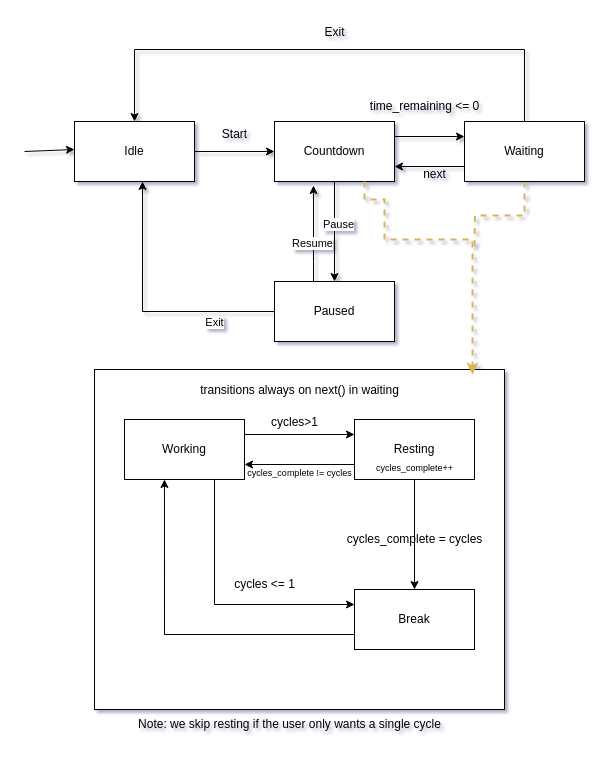
The draw.io diagram docs/statemachine.drawio in aaadam3042/RustyPomodoro, before the edit. Source tidied: cells renumbered, new cells numbered last; positions are measured from the earlier drawing's top-left corner, leaving out a move shared by most shapes. Both pictures are drawn from the tidied source at 100%, with x=0, y=0 at pixel (24, 17).
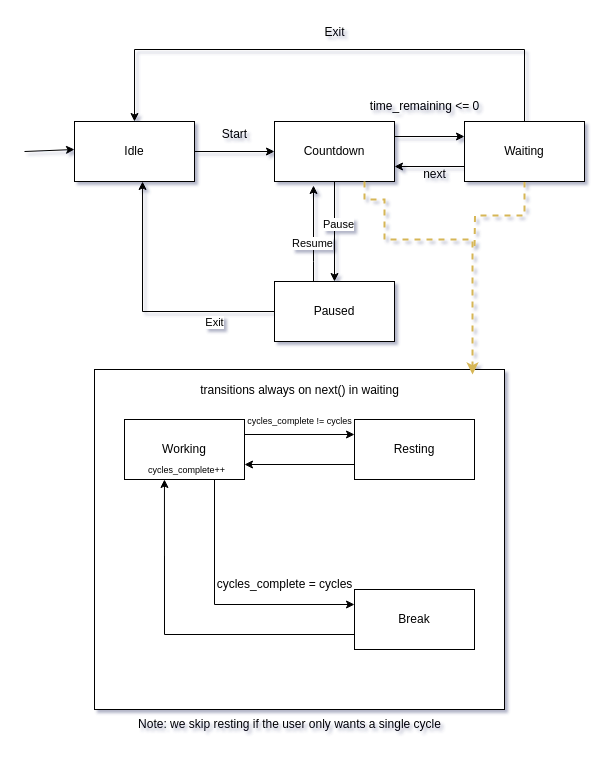
The same page after the edit.

Commit message (it also covers changes not shown here):
Updated Diagram regarding cycles

The change refers to these unchanged cells:
```xml
<mxCell id="28" value="Resting" style="rounded=0;whiteSpace=wrap;html=1;" parent="1" vertex="1">
  <mxGeometry x="330" y="402" width="120" height="60" as="geometry" />
</mxCell>
<mxCell id="29" value="Break" style="rounded=0;whiteSpace=wrap;html=1;" parent="1" vertex="1">
  <mxGeometry x="330" y="572" width="120" height="60" as="geometry" />
</mxCell>
```

What changed in the source:
```diff
@@
-    <mxCell id="27" style="edgeStyle=orthogonalEdgeStyle;rounded=0;jettySize=auto;html=1;entryX=0.5;entryY=0;entryDx=0;entryDy=0;" parent="1" edge="1" source="28" target="29">
-      <mxGeometry relative="1" as="geometry" />
-    </mxCell>
@@
-    <mxCell id="31" value="cycles&amp;gt;1" style="text;html=1;align=center;verticalAlign=middle;strokeColor=none;fillColor=none;" parent="1" vertex="1">
-      <mxGeometry x="235" y="390" width="70" height="30" as="geometry" />
-    </mxCell>
@@
-    <mxCell id="33" value="cycles &amp;lt;= 1" style="text;html=1;align=center;verticalAlign=middle;strokeColor=none;fillColor=none;" parent="1" vertex="1">
-      <mxGeometry x="200" y="552" width="80" height="30" as="geometry" />
-    </mxCell>
@@
     <mxCell id="35" value="cycles_complete = cycles" style="text;html=1;align=center;verticalAlign=middle;strokeColor=none;fillColor=none;" parent="1" vertex="1">
-      <mxGeometry x="310" y="507" width="160" height="30" as="geometry" />
+      <mxGeometry x="180" y="552" width="160" height="30" as="geometry" />
     </mxCell>
@@
     <mxCell id="37" value="&lt;font style=&quot;font-size: 9px;&quot;&gt;cycles_complete++&lt;/font&gt;" style="text;html=1;align=center;verticalAlign=middle;strokeColor=none;fillColor=none;" parent="1" vertex="1">
-      <mxGeometry x="340" y="435" width="100" height="30" as="geometry" />
+      <mxGeometry x="112" y="437" width="100" height="30" as="geometry" />
     </mxCell>
     <mxCell id="38" value="&lt;font style=&quot;font-size: 9px;&quot;&gt;cycles_complete != cycles&lt;/font&gt;" style="text;html=1;align=center;verticalAlign=middle;strokeColor=none;fillColor=none;" parent="1" vertex="1">
-      <mxGeometry x="210" y="440" width="130" height="30" as="geometry" />
+      <mxGeometry x="210" y="388" width="130" height="30" as="geometry" />
     </mxCell>
```
